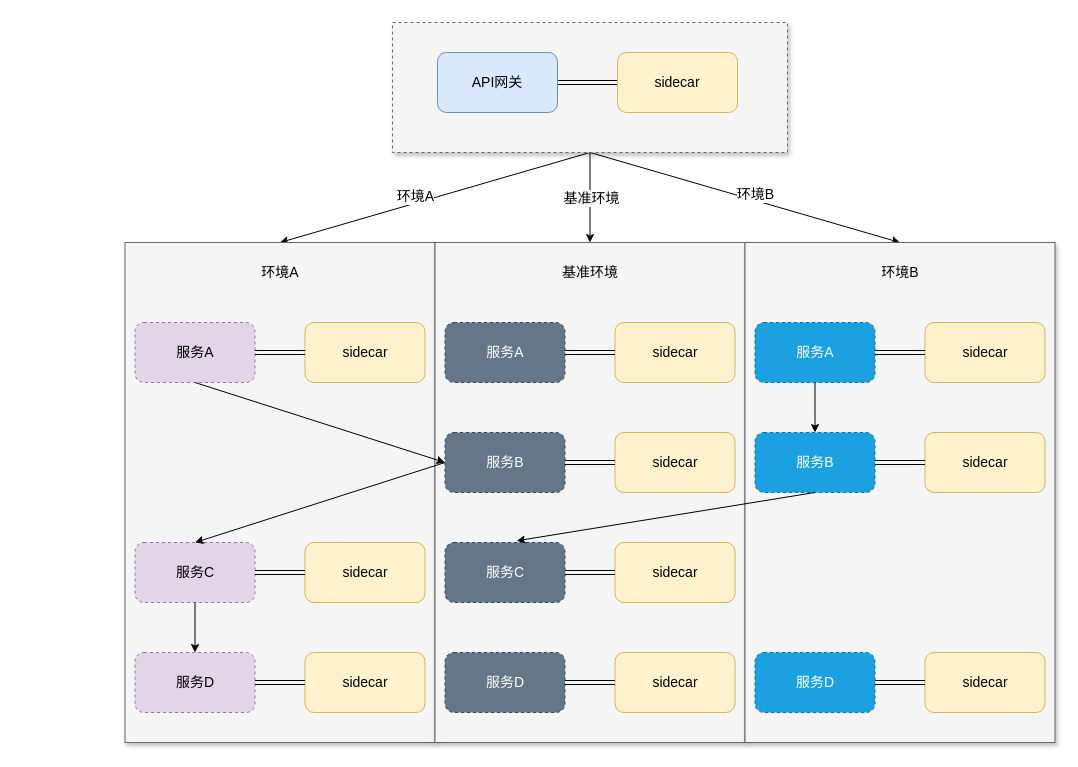
Before: page "多环境治理" (1 of 2) of 多环境.drawio in xinguai/asmshare, a draw.io diagram. Source tidied: cells renumbered, new cells numbered last; positions are measured from the earlier drawing's top-left corner, leaving out a move shared by most shapes. Both pictures are drawn from the tidied source at 100%, with x=0, y=0 at pixel (125, 22).
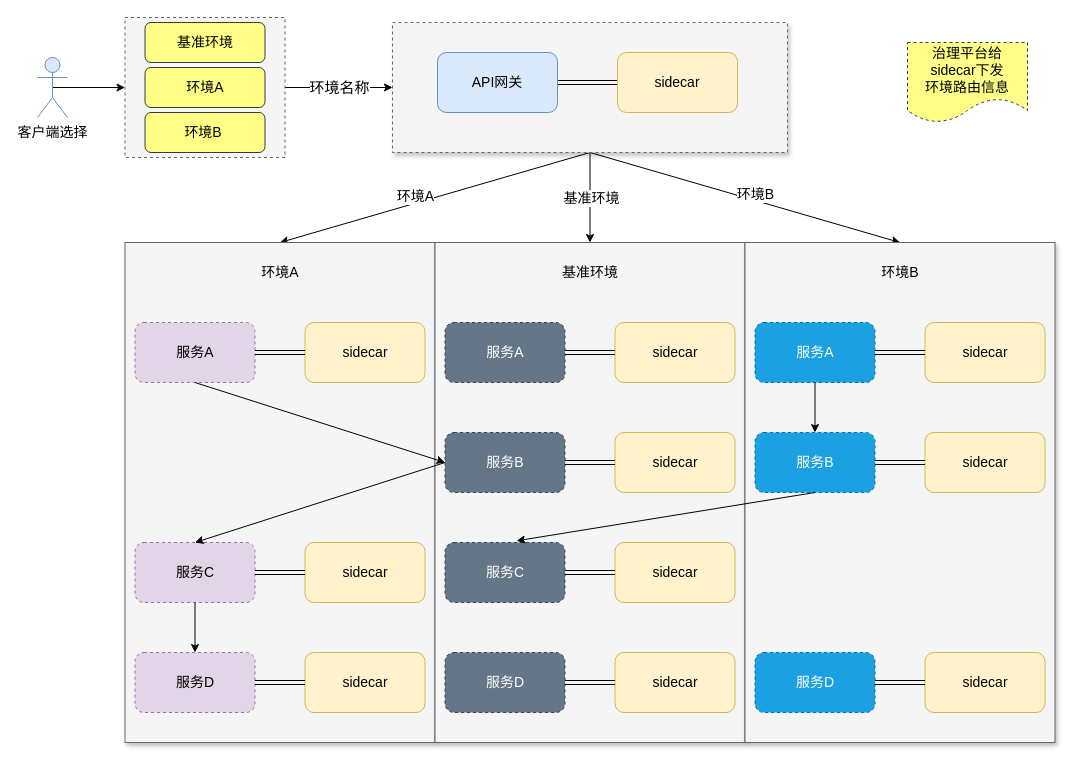
Above is the later version.

The change refers to these unchanged cells:
```xml
<mxCell id="8" style="rounded=0;whiteSpace=wrap;html=1;fillColor=#f5f5f5;strokeColor=#666666;fontColor=#333333;dashed=1;shadow=1;" parent="1" vertex="1">
  <mxGeometry x="267" width="395" height="130" as="geometry" />
</mxCell>
```

Change to the diagram source:
```diff
@@
+    <mxCell id="65" value="&lt;font style=&quot;font-size: 15px&quot;&gt;环境名称&lt;/font&gt;" style="edgeStyle=orthogonalEdgeStyle;rounded=0;jettySize=auto;html=1;exitX=1;exitY=0.5;exitDx=0;exitDy=0;entryX=0;entryY=0.5;entryDx=0;entryDy=0;" parent="1" edge="1" source="66" target="8">
+      <mxGeometry relative="1" as="geometry" />
+    </mxCell>
+    <mxCell id="66" style="rounded=0;whiteSpace=wrap;html=1;fillColor=#f5f5f5;strokeColor=#666666;fontColor=#333333;shadow=0;dashed=1;" parent="1" vertex="1">
+      <mxGeometry x="-0.5" y="-5" width="160" height="140" as="geometry" />
+    </mxCell>
+    <mxCell id="67" style="edgeStyle=orthogonalEdgeStyle;rounded=0;jettySize=auto;html=1;exitX=0.5;exitY=0.5;exitDx=0;exitDy=0;exitPerimeter=0;" parent="1" edge="1" source="68" target="66">
+      <mxGeometry relative="1" as="geometry" />
+    </mxCell>
+    <mxCell id="68" value="&lt;font style=&quot;font-size: 14px&quot;&gt;客户端选择&lt;/font&gt;" style="shape=umlActor;verticalLabelPosition=bottom;verticalAlign=top;html=1;outlineConnect=0;fillColor=#dae8fc;strokeColor=#6c8ebf;" parent="1" vertex="1">
+      <mxGeometry x="-88" y="35" width="30" height="60" as="geometry" />
+    </mxCell>
+    <mxCell id="69" value="&lt;font style=&quot;font-size: 14px&quot;&gt;基准环境&lt;/font&gt;" style="rounded=1;whiteSpace=wrap;html=1;fillColor=#ffff88;strokeColor=#36393d;" parent="1" vertex="1">
+      <mxGeometry x="19.5" width="120" height="40" as="geometry" />
+    </mxCell>
+    <mxCell id="70" value="&lt;font style=&quot;font-size: 14px&quot;&gt;环境A&lt;/font&gt;" style="rounded=1;whiteSpace=wrap;html=1;fillColor=#ffff88;strokeColor=#36393d;" parent="1" vertex="1">
+      <mxGeometry x="19.5" y="45" width="120" height="40" as="geometry" />
+    </mxCell>
+    <mxCell id="71" value="&lt;font style=&quot;font-size: 14px&quot;&gt;环境B&amp;nbsp;&lt;/font&gt;" style="rounded=1;whiteSpace=wrap;html=1;fillColor=#ffff88;strokeColor=#36393d;" parent="1" vertex="1">
+      <mxGeometry x="19.5" y="90" width="120" height="40" as="geometry" />
+    </mxCell>
+    <mxCell id="72" value="&lt;font style=&quot;font-size: 14px&quot;&gt;治理平台给&lt;br&gt;sidecar下发&lt;br&gt;环境路由信息&lt;/font&gt;" style="shape=document;whiteSpace=wrap;html=1;boundedLbl=1;rounded=0;shadow=0;dashed=1;fillColor=#ffff88;strokeColor=#36393d;" parent="1" vertex="1">
+      <mxGeometry x="782" y="20" width="120" height="80" as="geometry" />
+    </mxCell>
```
